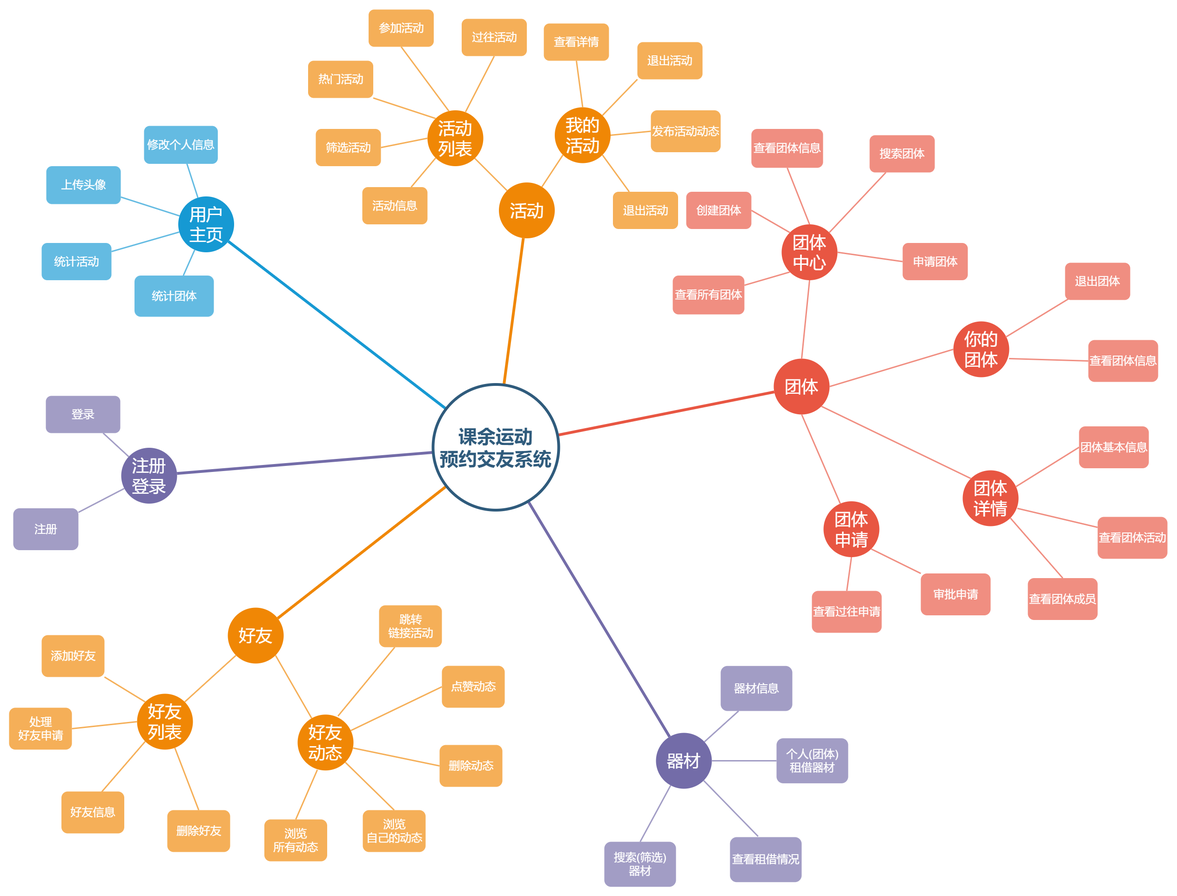
M4kiseKurisu/Sport-Managing-System keeps this draw.io diagram as report/images/系统功能结构图.drawio.png. Above is the earlier version. Source tidied: cells renumbered, new cells last; positions are measured from the earlier drawing's top-left corner, leaving out a move shared by most shapes.
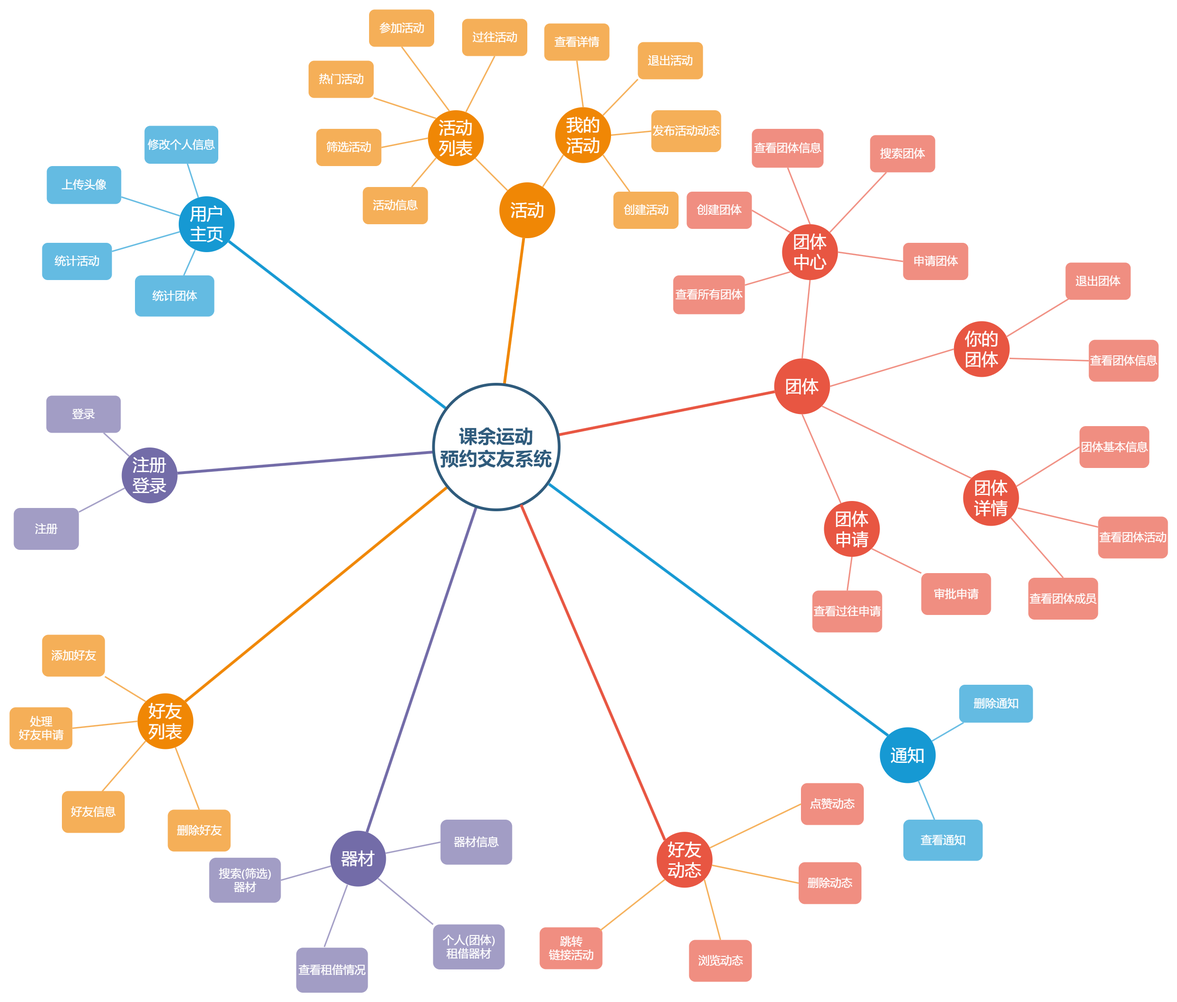
After the change.

Change to the diagram source:
```diff
@@ -12,11 +12,8 @@
       <mxGeometry x="1643" y="750" width="120" height="120" as="geometry" />
     </mxCell>
     <mxCell id="5" value="&lt;font style=&quot;font-size: 36px;&quot;&gt;器材&lt;/font&gt;" style="ellipse;whiteSpace=wrap;html=1;shadow=0;fontFamily=Helvetica;fontSize=20;fontColor=#FFFFFF;align=center;strokeWidth=3;fillColor=#736ca8;strokeColor=none;" parent="1" vertex="1">
-      <mxGeometry x="1390" y="1554" width="120" height="120" as="geometry" />
+      <mxGeometry x="689" y="1765.2" width="120" height="120" as="geometry" />
     </mxCell>
-    <mxCell id="6" value="&lt;font style=&quot;font-size: 36px;&quot;&gt;好友&lt;/font&gt;" style="ellipse;whiteSpace=wrap;html=1;shadow=0;fontFamily=Helvetica;fontSize=20;fontColor=#FFFFFF;align=center;strokeWidth=3;fillColor=#F08705;strokeColor=none;" parent="1" vertex="1">
-      <mxGeometry x="470" y="1285" width="120" height="120" as="geometry" />
-    </mxCell>
     <mxCell id="7" value="&lt;font style=&quot;font-size: 24px;&quot;&gt;统计团体&lt;/font&gt;" style="rounded=1;fillColor=#64BBE2;strokeColor=none;strokeWidth=3;shadow=0;html=1;fontColor=#FFFFFF;" parent="1" vertex="1">
       <mxGeometry x="269.5" y="571.5" width="170.5" height="88.5" as="geometry" />
     </mxCell>
@@ -35,7 +32,7 @@
     <mxCell id="12" style="endArrow=none;strokeWidth=6;strokeColor=#736ca8;html=1;" parent="1" edge="1" source="30" target="5">
       <mxGeometry relative="1" as="geometry" />
     </mxCell>
-    <mxCell id="13" style="edgeStyle=none;endArrow=none;strokeWidth=6;strokeColor=#F08705;html=1;" parent="1" edge="1" source="30" target="6">
+    <mxCell id="13" style="edgeStyle=none;endArrow=none;strokeWidth=6;strokeColor=#F08705;html=1;entryX=1;entryY=0;entryDx=0;entryDy=0;" parent="1" edge="1" source="30" target="93">
       <mxGeometry x="181" y="226.5" as="geometry" />
     </mxCell>
     <mxCell id="14" value="&lt;font style=&quot;font-size: 24px;&quot;&gt;统计活动&lt;/font&gt;" style="rounded=1;fillColor=#64BBE2;strokeColor=none;strokeWidth=3;shadow=0;html=1;fontColor=#FFFFFF;" parent="1" vertex="1">
@@ -74,9 +71,9 @@
       <mxGeometry x="31" y="106.5" as="geometry" />
     </mxCell>
     <mxCell id="25" value="&lt;font style=&quot;font-size: 24px;&quot;&gt;器材信息&lt;/font&gt;" style="rounded=1;fillColor=#a29dc5;strokeColor=none;strokeWidth=3;shadow=0;html=1;fontColor=#FFFFFF;" parent="1" vertex="1">
-      <mxGeometry x="1529" y="1410.2" width="154" height="96.8" as="geometry" />
+      <mxGeometry x="926" y="1741.5" width="154" height="96.8" as="geometry" />
     </mxCell>
-    <mxCell id="26" style="edgeStyle=none;endArrow=none;strokeWidth=3;strokeColor=#A29DC5;html=1;entryX=0.25;entryY=1;entryDx=0;entryDy=0;" parent="1" edge="1" source="5" target="25">
+    <mxCell id="26" style="edgeStyle=none;endArrow=none;strokeWidth=3;strokeColor=#A29DC5;html=1;entryX=0;entryY=0.5;entryDx=0;entryDy=0;" parent="1" edge="1" source="5" target="25">
       <mxGeometry x="251" y="-103.5" as="geometry" />
     </mxCell>
     <mxCell id="27" value="&lt;font style=&quot;font-size: 24px;&quot;&gt;好友信息&lt;/font&gt;" style="rounded=1;fillColor=#f5af58;strokeColor=none;strokeWidth=3;shadow=0;html=1;fontColor=#FFFFFF;" parent="1" vertex="1">
@@ -163,7 +160,7 @@
     <mxCell id="53" style="edgeStyle=none;endArrow=none;strokeWidth=3;strokeColor=#F5AF58;html=1;entryX=1;entryY=0.5;entryDx=0;entryDy=0;exitX=0;exitY=0.5;exitDx=0;exitDy=0;" parent="1" edge="1" source="51" target="37">
       <mxGeometry x="3.5" y="21.5" as="geometry" />
     </mxCell>
-    <mxCell id="54" value="&lt;font style=&quot;font-size: 24px;&quot;&gt;退出活动&lt;/font&gt;" style="rounded=1;fillColor=#f5af58;strokeColor=none;strokeWidth=3;shadow=0;html=1;fontColor=#FFFFFF;" parent="1" vertex="1">
+    <mxCell id="54" value="&lt;span style=&quot;font-size: 24px;&quot;&gt;创建活动&lt;/span&gt;" style="rounded=1;fillColor=#f5af58;strokeColor=none;strokeWidth=3;shadow=0;html=1;fontColor=#FFFFFF;" parent="1" vertex="1">
       <mxGeometry x="1297.5" y="391.5" width="140" height="80" as="geometry" />
     </mxCell>
     <mxCell id="55" style="edgeStyle=none;endArrow=none;strokeWidth=3;strokeColor=#F5AF58;html=1;entryX=1;entryY=1;entryDx=0;entryDy=0;exitX=0.25;exitY=0;exitDx=0;exitDy=0;" parent="1" edge="1" source="54" target="37">
@@ -265,35 +262,26 @@
       <mxGeometry x="31" y="106.5" as="geometry" />
     </mxCell>
     <mxCell id="87" value="&lt;font style=&quot;font-size: 24px;&quot;&gt;个人(团体)&lt;br&gt;租借器材&lt;/font&gt;" style="rounded=1;fillColor=#a29dc5;strokeColor=none;strokeWidth=3;shadow=0;html=1;fontColor=#FFFFFF;" parent="1" vertex="1">
-      <mxGeometry x="1649" y="1565.6" width="154" height="96.8" as="geometry" />
+      <mxGeometry x="910" y="1966.8" width="154" height="96.8" as="geometry" />
     </mxCell>
     <mxCell id="88" value="&lt;span style=&quot;font-size: 24px;&quot;&gt;查看租借情况&lt;/span&gt;" style="rounded=1;fillColor=#a29dc5;strokeColor=none;strokeWidth=3;shadow=0;html=1;fontColor=#FFFFFF;" parent="1" vertex="1">
-      <mxGeometry x="1549" y="1778" width="154" height="96.8" as="geometry" />
+      <mxGeometry x="616" y="2016.8" width="154" height="96.8" as="geometry" />
     </mxCell>
     <mxCell id="89" value="&lt;span style=&quot;font-size: 24px;&quot;&gt;搜索(筛选)&lt;br&gt;器材&lt;/span&gt;" style="rounded=1;fillColor=#a29dc5;strokeColor=none;strokeWidth=3;shadow=0;html=1;fontColor=#FFFFFF;" parent="1" vertex="1">
-      <mxGeometry x="1279" y="1788" width="154" height="96.8" as="geometry" />
+      <mxGeometry x="429" y="1823.4" width="154" height="96.8" as="geometry" />
     </mxCell>
-    <mxCell id="90" style="edgeStyle=none;endArrow=none;strokeWidth=3;strokeColor=#A29DC5;html=1;entryX=0;entryY=0.5;entryDx=0;entryDy=0;exitX=1;exitY=0.5;exitDx=0;exitDy=0;" parent="1" edge="1" source="5" target="87">
+    <mxCell id="90" style="edgeStyle=none;endArrow=none;strokeWidth=3;strokeColor=#A29DC5;html=1;entryX=0;entryY=0;entryDx=0;entryDy=0;exitX=1;exitY=1;exitDx=0;exitDy=0;" parent="1" edge="1" source="5" target="87">
       <mxGeometry x="251" y="-103.5" as="geometry" />
     </mxCell>
-    <mxCell id="91" style="edgeStyle=none;endArrow=none;strokeWidth=3;strokeColor=#A29DC5;html=1;entryX=0.392;entryY=-0.017;entryDx=0;entryDy=0;exitX=1;exitY=1;exitDx=0;exitDy=0;entryPerimeter=0;" parent="1" edge="1" source="5" target="88">
+    <mxCell id="91" style="edgeStyle=none;endArrow=none;strokeWidth=3;strokeColor=#A29DC5;html=1;entryX=0.392;entryY=-0.017;entryDx=0;entryDy=0;exitX=0.308;exitY=0.97;exitDx=0;exitDy=0;entryPerimeter=0;exitPerimeter=0;" parent="1" edge="1" source="5" target="88">
       <mxGeometry x="251" y="-103.5" as="geometry" />
     </mxCell>
-    <mxCell id="92" style="edgeStyle=none;endArrow=none;strokeWidth=3;strokeColor=#A29DC5;html=1;entryX=0.5;entryY=0;entryDx=0;entryDy=0;" parent="1" edge="1" source="5" target="89">
+    <mxCell id="92" style="edgeStyle=none;endArrow=none;strokeWidth=3;strokeColor=#A29DC5;html=1;entryX=1;entryY=0.5;entryDx=0;entryDy=0;" parent="1" edge="1" source="5" target="89">
       <mxGeometry x="251" y="-103.5" as="geometry" />
     </mxCell>
     <mxCell id="93" value="&lt;font style=&quot;font-size: 36px;&quot;&gt;好友&lt;br&gt;列表&lt;/font&gt;" style="ellipse;whiteSpace=wrap;html=1;shadow=0;fontFamily=Helvetica;fontSize=20;fontColor=#FFFFFF;align=center;strokeWidth=3;fillColor=#F08705;strokeColor=none;" parent="1" vertex="1">
       <mxGeometry x="275" y="1470" width="120" height="120" as="geometry" />
     </mxCell>
-    <mxCell id="94" value="&lt;font style=&quot;font-size: 36px;&quot;&gt;好友&lt;br&gt;动态&lt;br&gt;&lt;/font&gt;" style="ellipse;whiteSpace=wrap;html=1;shadow=0;fontFamily=Helvetica;fontSize=20;fontColor=#FFFFFF;align=center;strokeWidth=3;fillColor=#F08705;strokeColor=none;" parent="1" vertex="1">
-      <mxGeometry x="620" y="1514.8" width="120" height="120" as="geometry" />
-    </mxCell>
-    <mxCell id="95" style="edgeStyle=none;endArrow=none;strokeWidth=3;strokeColor=#F5AF58;html=1;entryX=1;entryY=0;entryDx=0;entryDy=0;exitX=0;exitY=1;exitDx=0;exitDy=0;" parent="1" edge="1" source="6" target="93">
-      <mxGeometry x="243.5" y="39" as="geometry" />
-    </mxCell>
-    <mxCell id="96" style="edgeStyle=none;endArrow=none;strokeWidth=3;strokeColor=#F5AF58;html=1;entryX=1;entryY=1;entryDx=0;entryDy=0;" parent="1" edge="1" source="94" target="6">
-      <mxGeometry x="243.5" y="39" as="geometry" />
-    </mxCell>
     <mxCell id="97" value="&lt;font style=&quot;font-size: 24px;&quot;&gt;删除好友&lt;/font&gt;" style="rounded=1;fillColor=#f5af58;strokeColor=none;strokeWidth=3;shadow=0;html=1;fontColor=#FFFFFF;" parent="1" vertex="1">
       <mxGeometry x="340" y="1720" width="135" height="90" as="geometry" />
     </mxCell>
@@ -312,35 +300,63 @@
     <mxCell id="102" style="edgeStyle=none;endArrow=none;strokeWidth=3;strokeColor=#F5AF58;html=1;entryX=0.5;entryY=0;entryDx=0;entryDy=0;" parent="1" edge="1" source="93" target="97">
       <mxGeometry x="243.5" y="39" as="geometry" />
     </mxCell>
-    <mxCell id="103" value="&lt;span style=&quot;font-size: 24px;&quot;&gt;浏览&lt;br&gt;所有动态&lt;br&gt;&lt;/span&gt;" style="rounded=1;fillColor=#f5af58;strokeColor=none;strokeWidth=3;shadow=0;html=1;fontColor=#FFFFFF;" parent="1" vertex="1">
-      <mxGeometry x="548.5" y="1740" width="135" height="90" as="geometry" />
-    </mxCell>
-    <mxCell id="104" value="&lt;font style=&quot;font-size: 24px;&quot;&gt;浏览&lt;br&gt;自己的动态&lt;br&gt;&lt;/font&gt;" style="rounded=1;fillColor=#f5af58;strokeColor=none;strokeWidth=3;shadow=0;html=1;fontColor=#FFFFFF;" parent="1" vertex="1">
-      <mxGeometry x="760" y="1720" width="135" height="90" as="geometry" />
-    </mxCell>
+    <mxCell id="113" value="&lt;font style=&quot;font-size: 36px;&quot;&gt;通知&lt;br&gt;&lt;/font&gt;" style="ellipse;whiteSpace=wrap;html=1;shadow=0;fontFamily=Helvetica;fontSize=20;fontColor=#FFFFFF;align=center;strokeWidth=3;fillColor=#1699D3;strokeColor=none;" parent="1" vertex="1">
+      <mxGeometry x="1870" y="1543" width="120" height="120" as="geometry" />
+    </mxCell>
+    <mxCell id="114" value="&lt;font style=&quot;font-size: 24px;&quot;&gt;查看通知&lt;/font&gt;" style="rounded=1;fillColor=#64BBE2;strokeColor=none;strokeWidth=3;shadow=0;html=1;fontColor=#FFFFFF;" parent="1" vertex="1">
+      <mxGeometry x="1920.5" y="1741.5" width="170.5" height="88.5" as="geometry" />
+    </mxCell>
+    <mxCell id="115" value="&lt;font style=&quot;font-size: 24px;&quot;&gt;删除通知&lt;/font&gt;" style="rounded=1;fillColor=#64BBE2;strokeColor=none;strokeWidth=3;shadow=0;html=1;fontColor=#FFFFFF;" parent="1" vertex="1">
+      <mxGeometry x="2040.5" y="1451.5" width="158.5" height="81.5" as="geometry" />
+    </mxCell>
+    <mxCell id="116" style="edgeStyle=none;endArrow=none;strokeWidth=3;strokeColor=#64BBE2;html=1;" parent="1" edge="1" source="113" target="114">
+      <mxGeometry x="-221.5" y="56.5" as="geometry" />
+    </mxCell>
+    <mxCell id="117" style="edgeStyle=none;endArrow=none;strokeWidth=3;strokeColor=#64BBE2;html=1;" parent="1" edge="1" source="113" target="115">
+      <mxGeometry x="-221.5" y="56.5" as="geometry" />
+    </mxCell>
+    <mxCell id="118" style="edgeStyle=orthogonalEdgeStyle;rounded=0;orthogonalLoop=1;jettySize=auto;html=1;exitX=0.5;exitY=1;exitDx=0;exitDy=0;" parent="1" edge="1">
+      <mxGeometry relative="1" as="geometry">
+        <mxPoint x="1220" y="1848.2" as="sourcePoint" />
+        <mxPoint x="1220" y="1848.2" as="targetPoint" />
+      </mxGeometry>
+    </mxCell>
+    <mxCell id="119" style="endArrow=none;strokeWidth=6;strokeColor=#1699D3;html=1;entryX=0;entryY=0;entryDx=0;entryDy=0;" parent="1" edge="1" target="113">
+      <mxGeometry relative="1" as="geometry">
+        <mxPoint x="1159" y="1020" as="sourcePoint" />
+      </mxGeometry>
+    </mxCell>
+    <mxCell id="94" value="&lt;font style=&quot;font-size: 36px;&quot;&gt;好友&lt;br&gt;动态&lt;br&gt;&lt;/font&gt;" style="ellipse;whiteSpace=wrap;html=1;shadow=0;fontFamily=Helvetica;fontSize=20;fontColor=#FFFFFF;align=center;strokeWidth=3;fillColor=#E85642;strokeColor=none;" parent="1" vertex="1">
+      <mxGeometry x="1390.5" y="1767.8" width="120" height="120" as="geometry" />
+    </mxCell>
+    <mxCell id="120" value="&lt;span style=&quot;font-size: 24px;&quot;&gt;浏览动态&lt;br&gt;&lt;/span&gt;" style="rounded=1;fillColor=#F08E81;strokeColor=none;strokeWidth=3;shadow=0;html=1;fontColor=#FFFFFF;" parent="1" vertex="1">
+      <mxGeometry x="1460" y="2000" width="135" height="90" as="geometry" />
+    </mxCell>
-    <mxCell id="105" value="&lt;font style=&quot;font-size: 24px;&quot;&gt;删除动态&lt;/font&gt;" style="rounded=1;fillColor=#f5af58;strokeColor=none;strokeWidth=3;shadow=0;html=1;fontColor=#FFFFFF;" parent="1" vertex="1">
-      <mxGeometry x="925" y="1580" width="135" height="90" as="geometry" />
+    <mxCell id="105" value="&lt;font style=&quot;font-size: 24px;&quot;&gt;删除动态&lt;/font&gt;" style="rounded=1;fillColor=#F08E81;strokeColor=none;strokeWidth=3;shadow=0;html=1;fontColor=#FFFFFF;" parent="1" vertex="1">
+      <mxGeometry x="1695.5" y="1833" width="135" height="90" as="geometry" />
     </mxCell>
-    <mxCell id="106" value="&lt;font style=&quot;font-size: 24px;&quot;&gt;点赞动态&lt;/font&gt;" style="rounded=1;fillColor=#f5af58;strokeColor=none;strokeWidth=3;shadow=0;html=1;fontColor=#FFFFFF;" parent="1" vertex="1">
-      <mxGeometry x="930" y="1410" width="135" height="90" as="geometry" />
+    <mxCell id="106" value="&lt;font style=&quot;font-size: 24px;&quot;&gt;点赞动态&lt;/font&gt;" style="rounded=1;fillColor=#F08E81;strokeColor=none;strokeWidth=3;shadow=0;html=1;fontColor=#FFFFFF;" parent="1" vertex="1">
+      <mxGeometry x="1700.5" y="1663" width="135" height="90" as="geometry" />
     </mxCell>
-    <mxCell id="107" value="&lt;span style=&quot;font-size: 24px;&quot;&gt;跳转&lt;br&gt;链接活动&lt;br&gt;&lt;/span&gt;" style="rounded=1;fillColor=#f5af58;strokeColor=none;strokeWidth=3;shadow=0;html=1;fontColor=#FFFFFF;" parent="1" vertex="1">
-      <mxGeometry x="795" y="1280" width="135" height="90" as="geometry" />
+    <mxCell id="107" value="&lt;span style=&quot;font-size: 24px;&quot;&gt;跳转&lt;br&gt;链接活动&lt;br&gt;&lt;/span&gt;" style="rounded=1;fillColor=#F08E81;strokeColor=none;strokeWidth=3;shadow=0;html=1;fontColor=#FFFFFF;" parent="1" vertex="1">
+      <mxGeometry x="1139" y="1973" width="135" height="90" as="geometry" />
     </mxCell>
-    <mxCell id="108" style="edgeStyle=none;endArrow=none;strokeWidth=3;strokeColor=#F5AF58;html=1;entryX=0.25;entryY=1;entryDx=0;entryDy=0;exitX=0.723;exitY=0.026;exitDx=0;exitDy=0;exitPerimeter=0;" parent="1" edge="1" source="94" target="107">
-      <mxGeometry x="243.5" y="39" as="geometry" />
-    </mxCell>
+    <mxCell id="121" style="edgeStyle=none;endArrow=none;strokeWidth=3;strokeColor=#F5AF58;html=1;exitX=0;exitY=1;exitDx=0;exitDy=0;" parent="1" edge="1" source="94">
+      <mxGeometry x="243.5" y="39" as="geometry">
+        <mxPoint x="1269" y="1980" as="targetPoint" />
+      </mxGeometry>
+    </mxCell>
     <mxCell id="109" style="edgeStyle=none;endArrow=none;strokeWidth=3;strokeColor=#F5AF58;html=1;entryX=0;entryY=0.5;entryDx=0;entryDy=0;" parent="1" edge="1" source="94" target="106">
       <mxGeometry x="243.5" y="39" as="geometry" />
     </mxCell>
     <mxCell id="110" style="edgeStyle=none;endArrow=none;strokeWidth=3;strokeColor=#F5AF58;html=1;entryX=0;entryY=0.5;entryDx=0;entryDy=0;" parent="1" edge="1" source="94" target="105">
       <mxGeometry x="243.5" y="39" as="geometry" />
     </mxCell>
-    <mxCell id="111" style="edgeStyle=none;endArrow=none;strokeWidth=3;strokeColor=#F5AF58;html=1;entryX=0.5;entryY=0;entryDx=0;entryDy=0;exitX=1;exitY=1;exitDx=0;exitDy=0;" parent="1" edge="1" source="94" target="104">
-      <mxGeometry x="243.5" y="39" as="geometry" />
-    </mxCell>
-    <mxCell id="112" style="edgeStyle=none;endArrow=none;strokeWidth=3;strokeColor=#F5AF58;html=1;entryX=0.5;entryY=0;entryDx=0;entryDy=0;exitX=0.353;exitY=0.989;exitDx=0;exitDy=0;exitPerimeter=0;" parent="1" edge="1" source="94" target="103">
-      <mxGeometry x="243.5" y="39" as="geometry" />
-    </mxCell>
+    <mxCell id="122" style="edgeStyle=none;endArrow=none;strokeWidth=3;strokeColor=#F5AF58;html=1;entryX=0.5;entryY=0;entryDx=0;entryDy=0;exitX=1;exitY=1;exitDx=0;exitDy=0;" parent="1" edge="1" source="94" target="120">
+      <mxGeometry x="243.5" y="39" as="geometry" />
+    </mxCell>
+    <mxCell id="123" style="endArrow=none;strokeWidth=6;strokeColor=#E85642;html=1;entryX=0;entryY=0;entryDx=0;entryDy=0;" parent="1" edge="1" source="30" target="94">
+      <mxGeometry relative="1" as="geometry" />
+    </mxCell>
   </root>
 </mxGraphModel>
```
